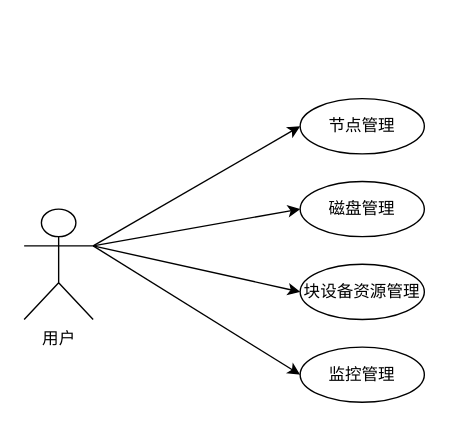
Earlier version of the draw.io diagram 类图.drawio (182023229/image). Source tidied: cells renumbered, new cells numbered last; positions are measured from the earlier drawing's top-left corner, leaving out a move shared by most shapes. Both pictures are drawn from the tidied source at 138%, with x=0, y=0 at pixel (23, 98).
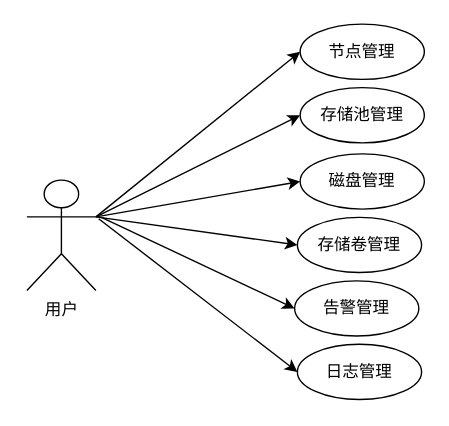
Above is the later version.

Diff of the diagram source:
```diff
@@
 <mxGraphModel>
   <root>
     <mxCell id="0" />
     <mxCell id="1" parent="0" />
     <mxCell id="2" style="rounded=0;jettySize=auto;html=1;exitX=1;exitY=0.3333333333333333;exitDx=0;exitDy=0;exitPerimeter=0;entryX=0;entryY=0.5;entryDx=0;entryDy=0;" parent="1" edge="1" source="6" target="7">
       <mxGeometry relative="1" as="geometry" />
     </mxCell>
     <mxCell id="3" style="rounded=0;jettySize=auto;html=1;exitX=1;exitY=0.3333333333333333;exitDx=0;exitDy=0;exitPerimeter=0;entryX=0;entryY=0.5;entryDx=0;entryDy=0;" parent="1" edge="1" source="6" target="8">
       <mxGeometry relative="1" as="geometry" />
     </mxCell>
     <mxCell id="4" style="rounded=0;jettySize=auto;html=1;entryX=0;entryY=0.5;entryDx=0;entryDy=0;exitX=1;exitY=0.3333333333333333;exitDx=0;exitDy=0;exitPerimeter=0;" parent="1" edge="1" source="6" target="10">
       <mxGeometry relative="1" as="geometry" />
     </mxCell>
     <mxCell id="5" style="rounded=0;jettySize=auto;html=1;entryX=0;entryY=0.5;entryDx=0;entryDy=0;exitX=1;exitY=0.3333333333333333;exitDx=0;exitDy=0;exitPerimeter=0;" parent="1" edge="1" source="6" target="9">
       <mxGeometry relative="1" as="geometry" />
     </mxCell>
+    <mxCell id="11" style="rounded=0;jettySize=auto;html=1;entryX=0;entryY=0.5;entryDx=0;entryDy=0;" parent="1" edge="1" target="13">
+      <mxGeometry relative="1" as="geometry">
+        <mxPoint x="56" y="86" as="sourcePoint" />
+      </mxGeometry>
+    </mxCell>
+    <mxCell id="12" style="rounded=0;jettySize=auto;html=1;entryX=0;entryY=0.5;entryDx=0;entryDy=0;" parent="1" edge="1" target="14">
+      <mxGeometry relative="1" as="geometry">
+        <mxPoint x="54" y="87" as="sourcePoint" />
+      </mxGeometry>
+    </mxCell>
     <mxCell id="6" value="用户" style="shape=umlActor;verticalLabelPosition=bottom;verticalAlign=top;html=1;" parent="1" vertex="1">
-      <mxGeometry y="80" width="50" height="80" as="geometry" />
+      <mxGeometry x="2" y="59" width="50" height="80" as="geometry" />
     </mxCell>
     <mxCell id="7" value="节点管理" style="ellipse;whiteSpace=wrap;html=1;" parent="1" vertex="1">
-      <mxGeometry x="200" width="90" height="40" as="geometry" />
+      <mxGeometry x="200" y="-54" width="90" height="40" as="geometry" />
     </mxCell>
-    <mxCell id="8" value="磁盘管理" style="ellipse;whiteSpace=wrap;html=1;" parent="1" vertex="1">
-      <mxGeometry x="200" y="60" width="90" height="40" as="geometry" />
+    <mxCell id="8" value="存储池管理" style="ellipse;whiteSpace=wrap;html=1;" parent="1" vertex="1">
+      <mxGeometry x="200" y="-8" width="90" height="40" as="geometry" />
     </mxCell>
-    <mxCell id="9" value="监控管理" style="ellipse;whiteSpace=wrap;html=1;" parent="1" vertex="1">
-      <mxGeometry x="200" y="180" width="90" height="40" as="geometry" />
+    <mxCell id="9" value="存储卷管理" style="ellipse;whiteSpace=wrap;html=1;" parent="1" vertex="1">
+      <mxGeometry x="198" y="86" width="90" height="40" as="geometry" />
     </mxCell>
-    <mxCell id="10" value="块设备资源管理" style="ellipse;whiteSpace=wrap;html=1;" parent="1" vertex="1">
-      <mxGeometry x="200" y="120" width="90" height="40" as="geometry" />
+    <mxCell id="10" value="磁盘管理" style="ellipse;whiteSpace=wrap;html=1;" parent="1" vertex="1">
+      <mxGeometry x="200" y="40" width="90" height="40" as="geometry" />
     </mxCell>
+    <mxCell id="13" value="告警管理" style="ellipse;whiteSpace=wrap;html=1;" parent="1" vertex="1">
+      <mxGeometry x="196" y="132" width="90" height="40" as="geometry" />
+    </mxCell>
+    <mxCell id="14" value="日志管理" style="ellipse;whiteSpace=wrap;html=1;" parent="1" vertex="1">
+      <mxGeometry x="198" y="178" width="90" height="40" as="geometry" />
+    </mxCell>
   </root>
 </mxGraphModel>
```
